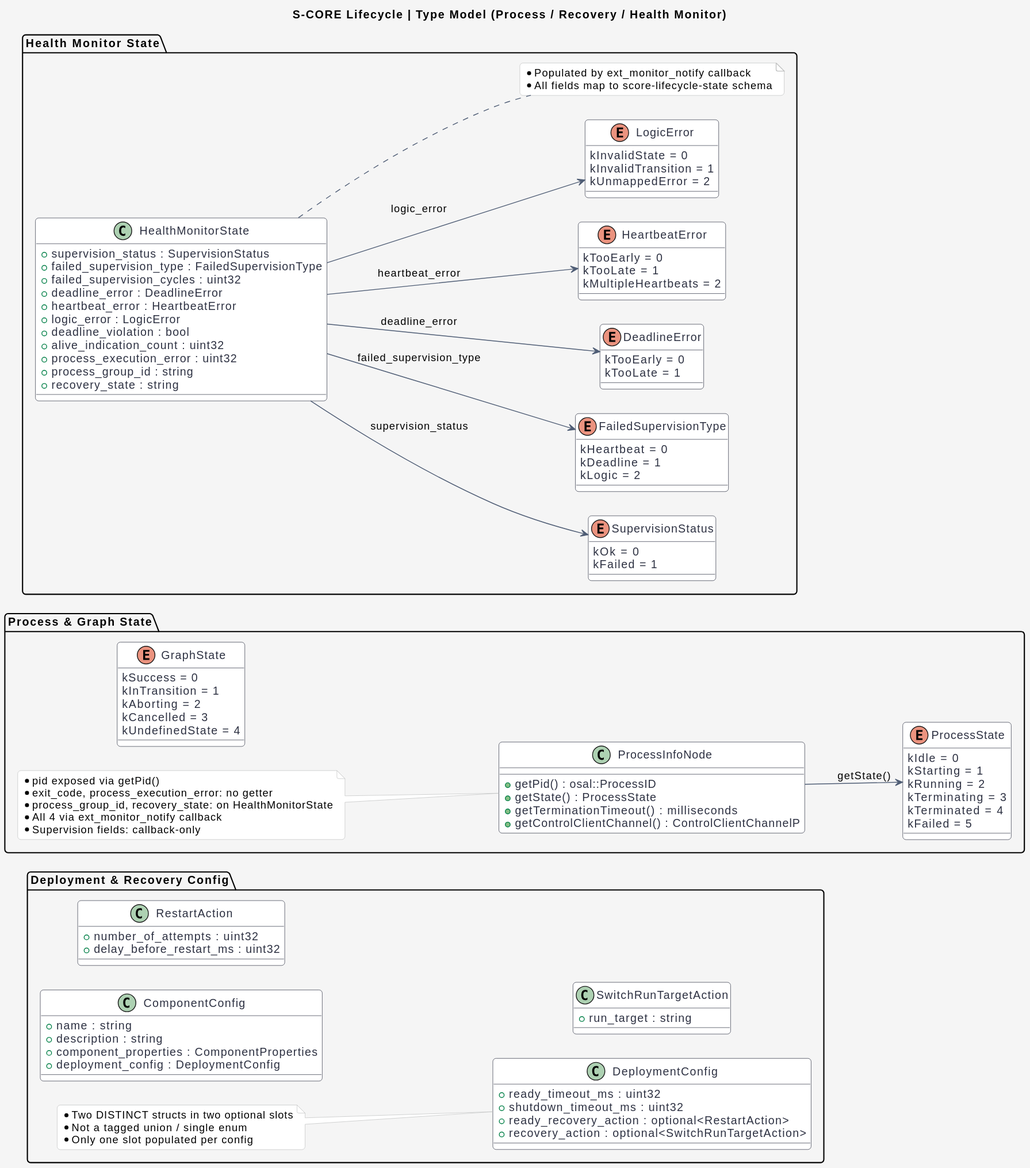
Above: docs/features/assets/lifecycle/Lifecycle_type_model.svg in akshayg0314/vel (PlantUML), before the change.
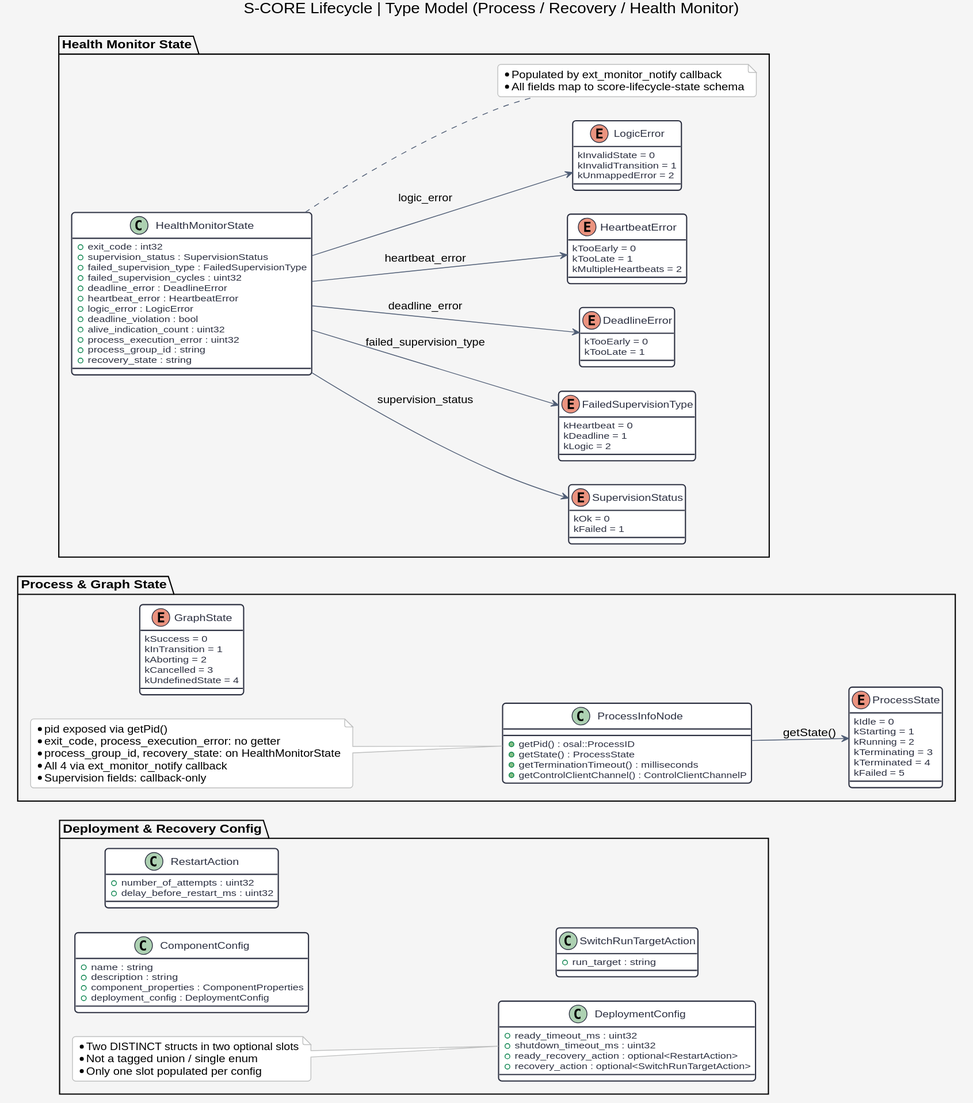
The same diagram one commit later.

Diff of the diagram source:
```diff
@@ -80,6 +80,7 @@
   }
 
   class HealthMonitorState {
+    +exit_code : int32
     +supervision_status : SupervisionStatus
     +failed_supervision_type : FailedSupervisionType
     +failed_supervision_cycles : uint32
```
